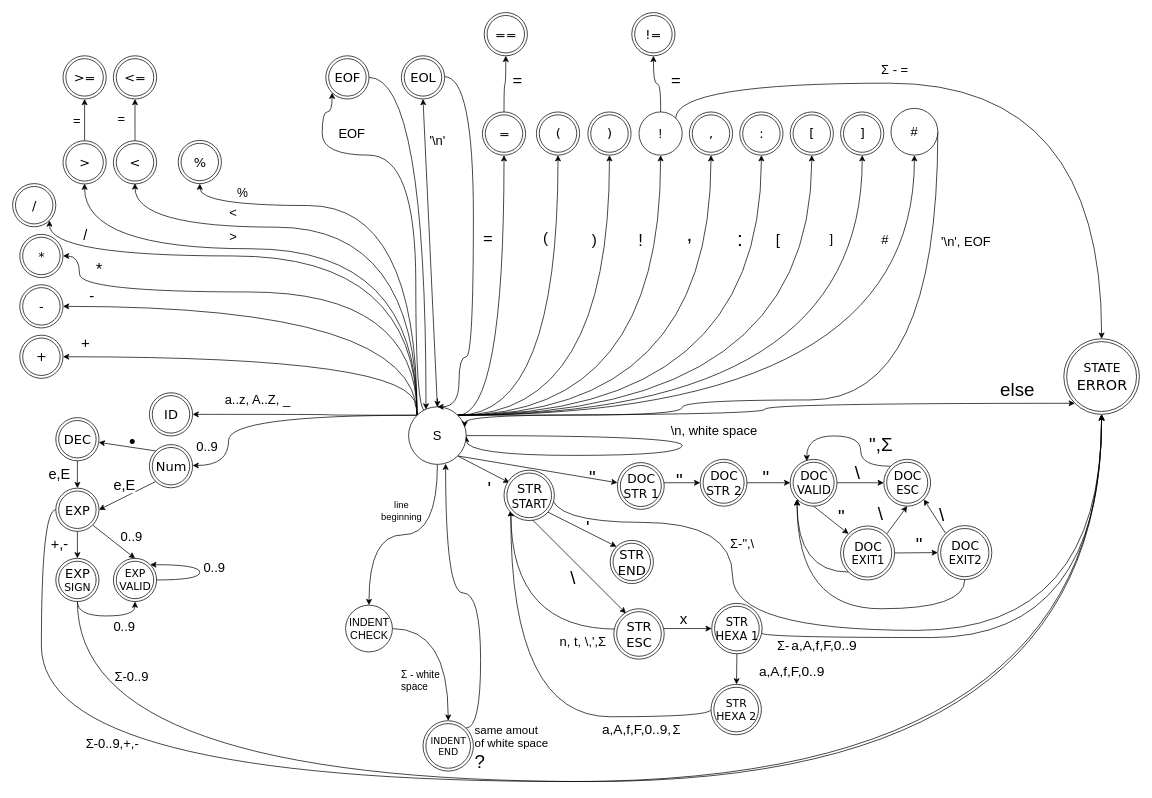
Before: fsm.drawio in otcen4s/IFJ-project2019, a draw.io diagram. Source tidied: cells renumbered, new cells numbered last; positions are measured from the earlier drawing's top-left corner, leaving out a move shared by most shapes. Both pictures are drawn from the tidied source at 72%, with x=0, y=0 at pixel (12, 12).
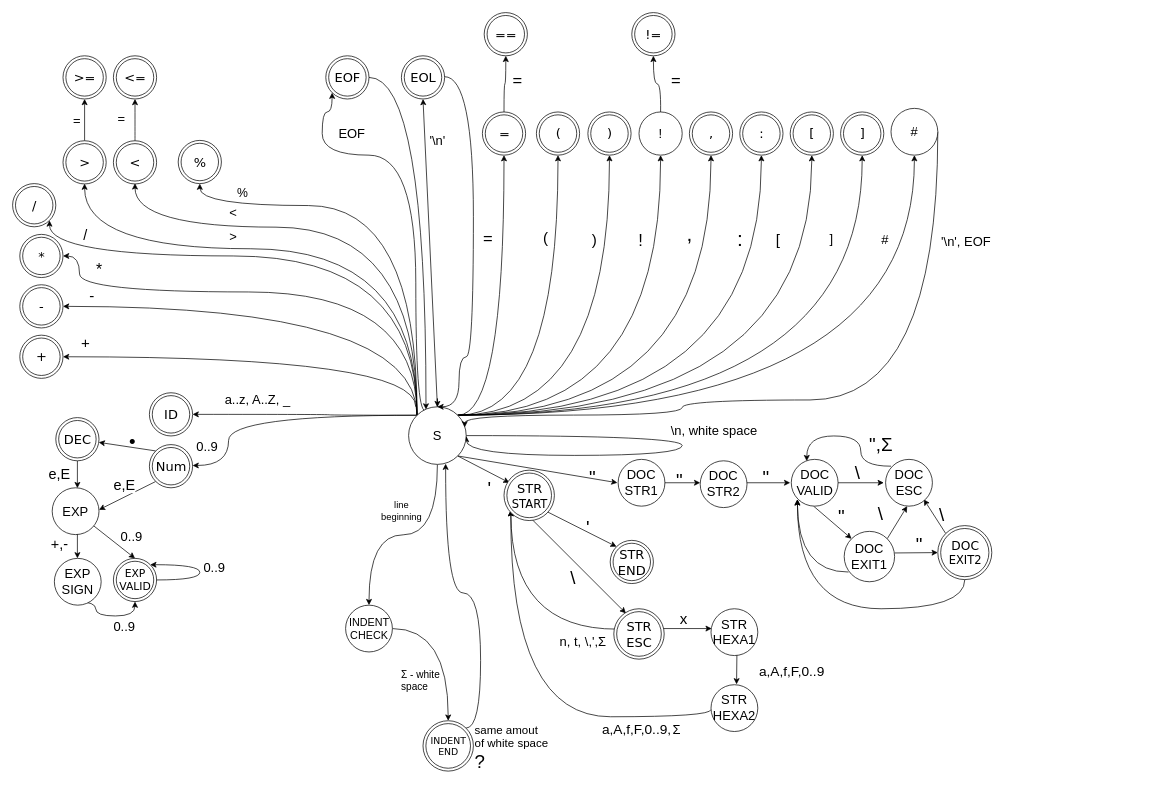
The same page after the edit.

Commit message:
Oprava konečných uzlov

Unchanged cells that the change refers to:
```xml
<mxCell id="38" value="&lt;font style=&quot;font-size: 18px;&quot;&gt;S&lt;/font&gt;" style="ellipse;whiteSpace=wrap;html=1;fontSize=18;" parent="1" vertex="1">
  <mxGeometry x="550" y="547.5" width="80" height="80" as="geometry" />
</mxCell>
<mxCell id="95" value="Num" style="ellipse;shape=doubleEllipse;html=1;dashed=0;whitespace=wrap;fontFamily=Verdana;fontSize=18;" parent="1" vertex="1">
  <mxGeometry x="190" y="600" width="60" height="60" as="geometry" />
</mxCell>
<mxCell id="134" value="&lt;div style=&quot;font-size: 17px&quot;&gt;DOC&lt;/div&gt;&lt;div style=&quot;font-size: 16px&quot;&gt;EXIT2&lt;/div&gt;" style="ellipse;shape=doubleEllipse;html=1;dashed=0;whitespace=wrap;fontFamily=Verdana;fontSize=17;" parent="1" vertex="1">
  <mxGeometry x="1285" y="712.5" width="75" height="75" as="geometry" />
</mxCell>
<mxCell id="140" value="DEC" style="ellipse;shape=doubleEllipse;html=1;dashed=0;whitespace=wrap;fontFamily=Verdana;fontSize=18;" parent="1" vertex="1">
  <mxGeometry x="60" y="562.5" width="60" height="60" as="geometry" />
</mxCell>
<mxCell id="152" value="&lt;div style=&quot;font-size: 15px;&quot;&gt;EXP&lt;/div&gt;&lt;div style=&quot;font-size: 15px;&quot;&gt;VALID&lt;br style=&quot;font-size: 15px;&quot;&gt;&lt;/div&gt;" style="ellipse;shape=doubleEllipse;html=1;dashed=0;whitespace=wrap;fontFamily=Verdana;fontSize=15;" parent="1" vertex="1">
  <mxGeometry x="140" y="758" width="60" height="60" as="geometry" />
</mxCell>
```

The edit, as a diff of the source:
```diff
@@
-    <mxCell id="37" style="edgeStyle=orthogonalEdgeStyle;curved=1;rounded=0;jettySize=auto;html=1;exitX=1;exitY=0;exitDx=0;exitDy=0;entryX=0;entryY=1;entryDx=0;entryDy=0;fontSize=13;" parent="1" edge="1" source="38" target="136">
-      <mxGeometry relative="1" as="geometry" />
-    </mxCell>
@@
-    <mxCell id="54" style="edgeStyle=orthogonalEdgeStyle;curved=1;rounded=0;jettySize=auto;html=1;exitX=1;exitY=0;exitDx=0;exitDy=0;fontSize=14;" parent="1" edge="1" target="136">
-      <mxGeometry relative="1" as="geometry">
-        <mxPoint x="921" y="147" as="sourcePoint" />
-        <Array as="points">
-          <mxPoint x="921" y="98" />
-          <mxPoint x="1513" y="98" />
-        </Array>
-      </mxGeometry>
-    </mxCell>
@@
-    <mxCell id="75" style="edgeStyle=orthogonalEdgeStyle;curved=1;rounded=0;jettySize=auto;html=1;exitX=1;exitY=0.5;exitDx=0;exitDy=0;entryX=0.5;entryY=1;entryDx=0;entryDy=0;fontSize=18;" parent="1" edge="1" target="136">
-      <mxGeometry relative="1" as="geometry">
-        <mxPoint x="748" y="668" as="sourcePoint" />
-        <Array as="points">
-          <mxPoint x="748" y="708" />
-          <mxPoint x="1000" y="708" />
-          <mxPoint x="1000" y="858" />
-          <mxPoint x="1513" y="858" />
-        </Array>
-      </mxGeometry>
-    </mxCell>
@@
-    <mxCell id="91" style="rounded=0;jettySize=auto;html=1;exitX=1;exitY=0.5;exitDx=0;exitDy=0;entryX=0;entryY=0.5;entryDx=0;entryDy=0;fontSize=15;" parent="1" edge="1" target="117">
+    <mxCell id="91" style="rounded=0;orthogonalLoop=1;jettySize=auto;html=1;exitX=1;exitY=0.5;exitDx=0;exitDy=0;entryX=0;entryY=0.5;entryDx=0;entryDy=0;fontSize=15;" parent="1" edge="1">
       <mxGeometry relative="1" as="geometry">
         <mxPoint x="904.7" y="653" as="sourcePoint" />
+        <mxPoint x="955" y="653" as="targetPoint" />
       </mxGeometry>
     </mxCell>
@@
-    <mxCell id="94" style="rounded=0;jettySize=auto;html=1;exitX=0;exitY=1;exitDx=0;exitDy=0;entryX=1;entryY=0.5;entryDx=0;entryDy=0;fontSize=17;" parent="1" edge="1" source="95" target="144">
-      <mxGeometry relative="1" as="geometry" />
+    <mxCell id="94" style="rounded=0;jettySize=auto;html=1;exitX=0;exitY=1;exitDx=0;exitDy=0;entryX=1;entryY=0.5;entryDx=0;entryDy=0;fontSize=17;" parent="1" edge="1" source="95">
+      <mxGeometry relative="1" as="geometry">
+        <mxPoint x="120" y="690.5" as="targetPoint" />
+      </mxGeometry>
     </mxCell>
@@
-    <mxCell id="101" style="rounded=0;jettySize=auto;html=1;exitX=1;exitY=0.5;exitDx=0;exitDy=0;entryX=0;entryY=0.5;entryDx=0;entryDy=0;" parent="1" edge="1" target="108">
+    <mxCell id="101" style="rounded=0;orthogonalLoop=1;jettySize=auto;html=1;exitX=1;exitY=0.5;exitDx=0;exitDy=0;entryX=0;entryY=0.5;entryDx=0;entryDy=0;" parent="1" edge="1">
       <mxGeometry relative="1" as="geometry">
         <mxPoint x="900" y="855.5" as="sourcePoint" />
+        <mxPoint x="971" y="855.5" as="targetPoint" />
       </mxGeometry>
     </mxCell>
@@
-    <mxCell id="106" style="edgeStyle=none;rounded=0;jettySize=auto;html=1;exitX=0.5;exitY=1;exitDx=0;exitDy=0;" parent="1" edge="1" source="108" target="111">
-      <mxGeometry relative="1" as="geometry" />
+    <mxCell id="106" style="edgeStyle=none;rounded=0;orthogonalLoop=1;jettySize=auto;html=1;exitX=0.5;exitY=1;exitDx=0;exitDy=0;" parent="1" edge="1">
+      <mxGeometry relative="1" as="geometry">
+        <mxPoint x="1006" y="890.5" as="sourcePoint" />
+        <mxPoint x="1005.5" y="933" as="targetPoint" />
+      </mxGeometry>
     </mxCell>
-    <mxCell id="107" style="edgeStyle=orthogonalEdgeStyle;curved=1;rounded=0;jettySize=auto;html=1;exitX=1;exitY=0.5;exitDx=0;exitDy=0;entryX=0.5;entryY=1;entryDx=0;entryDy=0;fontSize=16;" parent="1" edge="1" source="108" target="136">
-      <mxGeometry relative="1" as="geometry">
-        <Array as="points">
-          <mxPoint x="1040" y="868" />
-          <mxPoint x="1513" y="868" />
-        </Array>
-      </mxGeometry>
-    </mxCell>
-    <mxCell id="108" value="&lt;div style=&quot;font-size: 16px;&quot;&gt;STR&lt;/div&gt;&lt;div style=&quot;font-size: 16px;&quot;&gt; HEXA 1&lt;br style=&quot;font-size: 16px;&quot;&gt;&lt;/div&gt;" style="ellipse;shape=doubleEllipse;html=1;dashed=0;whitespace=wrap;fontFamily=Verdana;fontSize=16;fontStyle=0;" parent="1" vertex="1">
-      <mxGeometry x="971" y="820.5" width="70" height="70" as="geometry" />
-    </mxCell>
@@
-    <mxCell id="110" style="edgeStyle=orthogonalEdgeStyle;rounded=0;jettySize=auto;html=1;exitX=0;exitY=0.5;exitDx=0;exitDy=0;entryX=0;entryY=1;entryDx=0;entryDy=0;fontSize=19;curved=1;" parent="1" edge="1" source="111">
+    <mxCell id="110" style="edgeStyle=orthogonalEdgeStyle;rounded=0;orthogonalLoop=1;jettySize=auto;html=1;exitX=0;exitY=0.5;exitDx=0;exitDy=0;entryX=0;entryY=1;entryDx=0;entryDy=0;fontSize=19;curved=1;" parent="1" edge="1">
       <mxGeometry relative="1" as="geometry">
+        <mxPoint x="970" y="968" as="sourcePoint" />
         <mxPoint x="692" y="691" as="targetPoint" />
         <Array as="points">
           <mxPoint x="970" y="978" />
           <mxPoint x="691" y="978" />
         </Array>
       </mxGeometry>
     </mxCell>
-    <mxCell id="111" value="&lt;div style=&quot;font-size: 15px&quot;&gt;STR&lt;/div&gt;&lt;div style=&quot;font-size: 15px&quot;&gt; HEXA 2&lt;br&gt;&lt;/div&gt;" style="ellipse;shape=doubleEllipse;html=1;dashed=0;whitespace=wrap;fontFamily=Verdana;fontSize=18;" parent="1" vertex="1">
-      <mxGeometry x="970" y="933" width="70" height="70" as="geometry" />
-    </mxCell>
@@
-    <mxCell id="115" value="&lt;div style=&quot;font-size: 17px;&quot;&gt;DOC&lt;/div&gt;&lt;div style=&quot;font-size: 17px;&quot;&gt;STR 1&lt;br style=&quot;font-size: 17px;&quot;&gt;&lt;/div&gt;" style="ellipse;shape=doubleEllipse;html=1;dashed=0;whitespace=wrap;fontFamily=Verdana;fontSize=17;" parent="1" vertex="1">
-      <mxGeometry x="840" y="625" width="65" height="65" as="geometry" />
-    </mxCell>
-    <mxCell id="116" style="edgeStyle=none;rounded=0;jettySize=auto;html=1;exitX=1;exitY=0.5;exitDx=0;exitDy=0;entryX=0;entryY=0.5;entryDx=0;entryDy=0;fontSize=17;" parent="1" edge="1" source="117" target="119">
-      <mxGeometry relative="1" as="geometry" />
+    <mxCell id="116" style="edgeStyle=none;rounded=0;orthogonalLoop=1;jettySize=auto;html=1;exitX=1;exitY=0.5;exitDx=0;exitDy=0;entryX=0;entryY=0.5;entryDx=0;entryDy=0;fontSize=17;" parent="1" edge="1">
+      <mxGeometry relative="1" as="geometry">
+        <mxPoint x="1020" y="653" as="sourcePoint" />
+        <mxPoint x="1080" y="653" as="targetPoint" />
+      </mxGeometry>
     </mxCell>
-    <mxCell id="117" value="&lt;div style=&quot;font-size: 17px&quot;&gt;DOC&lt;/div&gt;&lt;div style=&quot;font-size: 17px&quot;&gt;STR 2&lt;br&gt;&lt;/div&gt;" style="ellipse;shape=doubleEllipse;html=1;dashed=0;whitespace=wrap;fontFamily=Verdana;fontSize=17;" parent="1" vertex="1">
-      <mxGeometry x="955" y="620.5" width="65" height="65" as="geometry" />
-    </mxCell>
-    <mxCell id="118" style="rounded=0;jettySize=auto;html=1;exitX=1;exitY=0.5;exitDx=0;exitDy=0;fontSize=17;" parent="1" edge="1" source="119" target="122">
-      <mxGeometry relative="1" as="geometry" />
+    <mxCell id="118" style="rounded=0;orthogonalLoop=1;jettySize=auto;html=1;exitX=1;exitY=0.5;exitDx=0;exitDy=0;fontSize=17;" parent="1" edge="1">
+      <mxGeometry relative="1" as="geometry">
+        <mxPoint x="1145" y="653" as="sourcePoint" />
+        <mxPoint x="1210" y="653" as="targetPoint" />
+      </mxGeometry>
     </mxCell>
-    <mxCell id="119" value="&lt;div style=&quot;font-size: 17px&quot;&gt;DOC&lt;/div&gt;&lt;div style=&quot;font-size: 16px&quot;&gt;VALID&lt;br&gt;&lt;/div&gt;" style="ellipse;shape=doubleEllipse;html=1;dashed=0;whitespace=wrap;fontFamily=Verdana;fontSize=17;" parent="1" vertex="1">
-      <mxGeometry x="1080" y="620.5" width="65" height="65" as="geometry" />
-    </mxCell>
@@
-    <mxCell id="121" style="rounded=0;jettySize=auto;html=1;exitX=0;exitY=0;exitDx=0;exitDy=0;entryX=0.354;entryY=0.038;entryDx=0;entryDy=0;entryPerimeter=0;fontSize=17;edgeStyle=orthogonalEdgeStyle;curved=1;" parent="1" edge="1" source="122" target="119">
+    <mxCell id="121" style="rounded=0;orthogonalLoop=1;jettySize=auto;html=1;exitX=0;exitY=0;exitDx=0;exitDy=0;entryX=0.354;entryY=0.038;entryDx=0;entryDy=0;entryPerimeter=0;fontSize=17;edgeStyle=orthogonalEdgeStyle;curved=1;" parent="1" edge="1">
       <mxGeometry relative="1" as="geometry">
+        <mxPoint x="1220" y="630" as="sourcePoint" />
+        <mxPoint x="1103" y="623" as="targetPoint" />
         <Array as="points">
           <mxPoint x="1178" y="630" />
           <mxPoint x="1178" y="588" />
           <mxPoint x="1103" y="588" />
         </Array>
       </mxGeometry>
     </mxCell>
-    <mxCell id="122" value="&lt;div style=&quot;font-size: 17px&quot;&gt;DOC&lt;/div&gt;&lt;div style=&quot;font-size: 16px&quot;&gt;ESC&lt;br&gt;&lt;/div&gt;" style="ellipse;shape=doubleEllipse;html=1;dashed=0;whitespace=wrap;fontFamily=Verdana;fontSize=17;" parent="1" vertex="1">
-      <mxGeometry x="1210" y="620.5" width="65" height="65" as="geometry" />
-    </mxCell>
@@
-    <mxCell id="124" style="edgeStyle=none;rounded=0;jettySize=auto;html=1;exitX=1;exitY=0;exitDx=0;exitDy=0;entryX=0.5;entryY=1;entryDx=0;entryDy=0;fontSize=17;" parent="1" edge="1" source="127" target="122">
-      <mxGeometry relative="1" as="geometry" />
+    <mxCell id="124" style="edgeStyle=none;rounded=0;jettySize=auto;html=1;exitX=1;exitY=0;exitDx=0;exitDy=0;entryX=0.5;entryY=1;entryDx=0;entryDy=0;fontSize=17;" parent="1" edge="1" source="127">
+      <mxGeometry relative="1" as="geometry">
+        <mxPoint x="1242.5" y="685.5" as="targetPoint" />
+      </mxGeometry>
     </mxCell>
-    <mxCell id="125" style="edgeStyle=none;rounded=0;jettySize=auto;html=1;exitX=1;exitY=0.5;exitDx=0;exitDy=0;fontSize=17;" parent="1" edge="1" source="127" target="134">
-      <mxGeometry relative="1" as="geometry" />
+    <mxCell id="125" style="edgeStyle=none;rounded=0;jettySize=auto;html=1;exitX=1;exitY=0.5;exitDx=0;exitDy=0;fontSize=17;" parent="1" edge="1" target="134">
+      <mxGeometry relative="1" as="geometry">
+        <mxPoint x="1225" y="750.5" as="sourcePoint" />
+      </mxGeometry>
     </mxCell>
-    <mxCell id="126" style="edgeStyle=orthogonalEdgeStyle;rounded=0;jettySize=auto;html=1;exitX=0;exitY=1;exitDx=0;exitDy=0;entryX=0;entryY=1;entryDx=0;entryDy=0;fontSize=17;curved=1;" parent="1" edge="1" source="127" target="119">
-      <mxGeometry relative="1" as="geometry" />
+    <mxCell id="126" style="edgeStyle=orthogonalEdgeStyle;rounded=0;orthogonalLoop=1;jettySize=auto;html=1;exitX=0;exitY=1;exitDx=0;exitDy=0;entryX=0;entryY=1;entryDx=0;entryDy=0;fontSize=17;curved=1;" parent="1" edge="1">
+      <mxGeometry relative="1" as="geometry">
+        <mxPoint x="1161" y="777" as="sourcePoint" />
+        <mxPoint x="1090" y="676" as="targetPoint" />
+      </mxGeometry>
     </mxCell>
-    <mxCell id="127" value="&lt;div style=&quot;font-size: 17px&quot;&gt;DOC&lt;/div&gt;&lt;div style=&quot;font-size: 16px&quot;&gt;EXIT1&lt;br&gt;&lt;/div&gt;" style="ellipse;shape=doubleEllipse;html=1;dashed=0;whitespace=wrap;fontFamily=Verdana;fontSize=17;" parent="1" vertex="1">
-      <mxGeometry x="1150" y="713" width="75" height="75" as="geometry" />
-    </mxCell>
@@
-    <mxCell id="130" style="edgeStyle=none;rounded=0;jettySize=auto;html=1;exitX=0.5;exitY=1;exitDx=0;exitDy=0;fontSize=17;entryX=0;entryY=0;entryDx=0;entryDy=0;" parent="1" edge="1" source="119" target="127">
-      <mxGeometry relative="1" as="geometry" />
+    <mxCell id="130" style="edgeStyle=none;rounded=0;jettySize=auto;html=1;exitX=0.5;exitY=1;exitDx=0;exitDy=0;fontSize=17;entryX=0;entryY=0;entryDx=0;entryDy=0;" parent="1" edge="1" target="127">
+      <mxGeometry relative="1" as="geometry">
+        <mxPoint x="1112.5" y="685.5" as="sourcePoint" />
+      </mxGeometry>
     </mxCell>
@@
-    <mxCell id="132" style="rounded=0;jettySize=auto;html=1;exitX=0;exitY=0;exitDx=0;exitDy=0;entryX=1;entryY=1;entryDx=0;entryDy=0;fontSize=17;" parent="1" edge="1" source="134" target="122">
-      <mxGeometry relative="1" as="geometry" />
+    <mxCell id="132" style="rounded=0;jettySize=auto;html=1;exitX=0;exitY=0;exitDx=0;exitDy=0;entryX=1;entryY=1;entryDx=0;entryDy=0;fontSize=17;" parent="1" edge="1" source="134">
+      <mxGeometry relative="1" as="geometry">
+        <mxPoint x="1265.5" y="676" as="targetPoint" />
+      </mxGeometry>
     </mxCell>
-    <mxCell id="133" style="edgeStyle=orthogonalEdgeStyle;rounded=0;jettySize=auto;html=1;exitX=0.5;exitY=1;exitDx=0;exitDy=0;entryX=0;entryY=1;entryDx=0;entryDy=0;fontSize=17;curved=1;" parent="1" edge="1" source="134" target="119">
+    <mxCell id="133" style="edgeStyle=orthogonalEdgeStyle;rounded=0;jettySize=auto;html=1;exitX=0.5;exitY=1;exitDx=0;exitDy=0;entryX=0;entryY=1;entryDx=0;entryDy=0;fontSize=17;curved=1;" parent="1" edge="1" source="134">
       <mxGeometry relative="1" as="geometry">
+        <mxPoint x="1090" y="676" as="targetPoint" />
         <Array as="points">
           <mxPoint x="1323" y="828" />
           <mxPoint x="1090" y="828" />
         </Array>
       </mxGeometry>
     </mxCell>
@@
-    <mxCell id="136" value="&lt;div&gt;STATE&lt;/div&gt;&lt;div style=&quot;font-size: 20px&quot;&gt; ERROR&lt;/div&gt;" style="ellipse;shape=doubleEllipse;html=1;dashed=0;whitespace=wrap;fontFamily=Verdana;fontSize=17;" parent="1" vertex="1">
-      <mxGeometry x="1460" y="453" width="105" height="105" as="geometry" />
-    </mxCell>
@@
-    <mxCell id="139" style="edgeStyle=none;rounded=0;jettySize=auto;html=1;exitX=0.5;exitY=1;exitDx=0;exitDy=0;entryX=0.5;entryY=0;entryDx=0;entryDy=0;fontSize=20;" parent="1" edge="1" source="140" target="144">
-      <mxGeometry relative="1" as="geometry" />
+    <mxCell id="139" style="edgeStyle=none;rounded=0;jettySize=auto;html=1;exitX=0.5;exitY=1;exitDx=0;exitDy=0;entryX=0.5;entryY=0;entryDx=0;entryDy=0;fontSize=20;" parent="1" edge="1" source="140">
+      <mxGeometry relative="1" as="geometry">
+        <mxPoint x="90" y="660.5" as="targetPoint" />
+      </mxGeometry>
     </mxCell>
@@
-    <mxCell id="141" style="edgeStyle=none;rounded=0;jettySize=auto;html=1;exitX=0.5;exitY=1;exitDx=0;exitDy=0;entryX=0.5;entryY=0;entryDx=0;entryDy=0;fontSize=20;" parent="1" edge="1" source="144" target="150">
-      <mxGeometry relative="1" as="geometry" />
+    <mxCell id="141" style="edgeStyle=none;rounded=0;orthogonalLoop=1;jettySize=auto;html=1;exitX=0.5;exitY=1;exitDx=0;exitDy=0;entryX=0.5;entryY=0;entryDx=0;entryDy=0;fontSize=20;" parent="1" edge="1">
+      <mxGeometry relative="1" as="geometry">
+        <mxPoint x="90" y="720.5" as="sourcePoint" />
+        <mxPoint x="90" y="758" as="targetPoint" />
+      </mxGeometry>
     </mxCell>
-    <mxCell id="142" style="edgeStyle=none;rounded=0;jettySize=auto;html=1;exitX=1;exitY=1;exitDx=0;exitDy=0;entryX=0.5;entryY=0;entryDx=0;entryDy=0;fontSize=15;" parent="1" edge="1" source="144" target="152">
-      <mxGeometry relative="1" as="geometry" />
+    <mxCell id="142" style="edgeStyle=none;rounded=0;jettySize=auto;html=1;exitX=1;exitY=1;exitDx=0;exitDy=0;entryX=0.5;entryY=0;entryDx=0;entryDy=0;fontSize=15;" parent="1" edge="1" target="152">
+      <mxGeometry relative="1" as="geometry">
+        <mxPoint x="111.2" y="711.7" as="sourcePoint" />
+      </mxGeometry>
     </mxCell>
-    <mxCell id="143" style="edgeStyle=orthogonalEdgeStyle;curved=1;rounded=0;jettySize=auto;html=1;exitX=0;exitY=0.5;exitDx=0;exitDy=0;entryX=0.5;entryY=1;entryDx=0;entryDy=0;fontSize=18;" parent="1" edge="1" source="144" target="136">
-      <mxGeometry relative="1" as="geometry">
-        <Array as="points">
-          <mxPoint x="40" y="691" />
-          <mxPoint x="40" y="1068" />
-          <mxPoint x="1513" y="1068" />
-        </Array>
-      </mxGeometry>
-    </mxCell>
-    <mxCell id="144" value="EXP" style="ellipse;shape=doubleEllipse;html=1;dashed=0;whitespace=wrap;fontFamily=Verdana;fontSize=18;" parent="1" vertex="1">
-      <mxGeometry x="60" y="660.5" width="60" height="60" as="geometry" />
-    </mxCell>
@@
-    <mxCell id="148" style="edgeStyle=orthogonalEdgeStyle;rounded=0;jettySize=auto;html=1;exitX=0.5;exitY=1;exitDx=0;exitDy=0;entryX=0.5;entryY=1;entryDx=0;entryDy=0;fontSize=15;curved=1;" parent="1" edge="1" source="150" target="152">
-      <mxGeometry relative="1" as="geometry" />
+    <mxCell id="148" style="edgeStyle=orthogonalEdgeStyle;rounded=0;jettySize=auto;html=1;exitX=0.5;exitY=1;exitDx=0;exitDy=0;entryX=0.5;entryY=1;entryDx=0;entryDy=0;fontSize=15;curved=1;" parent="1" edge="1" target="152">
+      <mxGeometry relative="1" as="geometry">
+        <mxPoint x="90" y="818" as="sourcePoint" />
+      </mxGeometry>
     </mxCell>
-    <mxCell id="149" style="edgeStyle=orthogonalEdgeStyle;curved=1;rounded=0;jettySize=auto;html=1;fontSize=18;" parent="1" edge="1" source="150" target="136">
-      <mxGeometry relative="1" as="geometry">
-        <Array as="points">
-          <mxPoint x="90" y="1068" />
-          <mxPoint x="1513" y="1068" />
-        </Array>
-      </mxGeometry>
-    </mxCell>
-    <mxCell id="150" value="&lt;div&gt;EXP&lt;/div&gt;&lt;div style=&quot;font-size: 15px&quot;&gt;SIGN&lt;br&gt;&lt;/div&gt;" style="ellipse;shape=doubleEllipse;html=1;dashed=0;whitespace=wrap;fontFamily=Verdana;fontSize=18;" parent="1" vertex="1">
-      <mxGeometry x="60" y="758" width="60" height="60" as="geometry" />
-    </mxCell>
@@
-    <mxCell id="157" value="else" style="text;html=1;align=left;verticalAlign=top;spacingTop=-4;fontSize=26;" parent="1" vertex="1">
-      <mxGeometry x="1370" y="505.5" width="60" height="30" as="geometry" />
-    </mxCell>
@@
-    <mxCell id="160" value="&lt;span class=&quot;st&quot;&gt;Σ&lt;/span&gt;&lt;span class=&quot;st&quot; style=&quot;font-size: 18px&quot;&gt; - =&lt;br style=&quot;font-size: 18px&quot;&gt;&lt;/span&gt;" style="text;html=1;align=center;verticalAlign=middle;fontSize=18;" parent="1" vertex="1">
-      <mxGeometry x="1200" y="65" width="50" height="30" as="geometry" />
-    </mxCell>
@@
-    <mxCell id="162" value="Σ-" style="text;html=1;fontSize=18;" parent="1" vertex="1">
-      <mxGeometry x="1060" y="862.5" width="40" height="30" as="geometry" />
-    </mxCell>
-    <mxCell id="163" value="a,A,f,F,0..9" style="text;html=1;align=left;verticalAlign=top;spacingTop=-4;fontSize=19;" parent="1" vertex="1">
-      <mxGeometry x="1080" y="866" width="110" height="20" as="geometry" />
-    </mxCell>
@@
-    <mxCell id="165" value="Σ-&quot;,\" style="text;html=1;fontSize=18;" parent="1" vertex="1">
-      <mxGeometry x="995" y="720.5" width="40" height="40" as="geometry" />
-    </mxCell>
-    <mxCell id="166" value="Σ-0..9,+,-" style="text;html=1;fontSize=18;" parent="1" vertex="1">
-      <mxGeometry x="100" y="998.5" width="40" height="40" as="geometry" />
-    </mxCell>
-    <mxCell id="167" value="Σ-0..9" style="text;html=1;fontSize=18;" parent="1" vertex="1">
-      <mxGeometry x="140" y="905.5" width="40" height="40" as="geometry" />
-    </mxCell>
@@
+    <mxCell id="150" value="&lt;div&gt;EXP&lt;/div&gt;&lt;div&gt;SIGN&lt;br&gt;&lt;/div&gt;" style="ellipse;whiteSpace=wrap;html=1;fontSize=18;" parent="1" vertex="1">
+      <mxGeometry x="58" y="758" width="65" height="65" as="geometry" />
+    </mxCell>
+    <mxCell id="144" value="EXP" style="ellipse;whiteSpace=wrap;html=1;fontSize=18;" parent="1" vertex="1">
+      <mxGeometry x="55" y="660" width="65" height="65" as="geometry" />
+    </mxCell>
+    <mxCell id="122" value="&lt;div&gt;DOC&lt;/div&gt;&lt;div&gt;ESC&lt;br&gt;&lt;/div&gt;" style="ellipse;whiteSpace=wrap;html=1;fontSize=18;" parent="1" vertex="1">
+      <mxGeometry x="1212.5" y="620.5" width="65" height="65" as="geometry" />
+    </mxCell>
+    <mxCell id="127" value="&lt;div&gt;DOC&lt;/div&gt;&lt;div&gt;EXIT1&lt;br&gt;&lt;/div&gt;" style="ellipse;whiteSpace=wrap;html=1;fontSize=18;" parent="1" vertex="1">
+      <mxGeometry x="1155" y="720.5" width="70" height="70" as="geometry" />
+    </mxCell>
+    <mxCell id="119" value="&lt;div&gt;DOC&lt;/div&gt;&lt;div&gt;VALID&lt;br&gt;&lt;/div&gt;" style="ellipse;whiteSpace=wrap;html=1;fontSize=18;" parent="1" vertex="1">
+      <mxGeometry x="1081.5" y="620.5" width="65" height="65" as="geometry" />
+    </mxCell>
+    <mxCell id="169" value="&lt;div&gt;DOC&lt;/div&gt;&lt;div&gt;STR2&lt;br&gt;&lt;/div&gt;" style="ellipse;whiteSpace=wrap;html=1;fontSize=18;" parent="1" vertex="1">
+      <mxGeometry x="955" y="622.5" width="65" height="65" as="geometry" />
+    </mxCell>
+    <mxCell id="170" value="&lt;div&gt;DOC&lt;/div&gt;&lt;div&gt;STR1&lt;br&gt;&lt;/div&gt;" style="ellipse;whiteSpace=wrap;html=1;fontSize=18;" parent="1" vertex="1">
+      <mxGeometry x="841" y="620.5" width="65" height="65" as="geometry" />
+    </mxCell>
+    <mxCell id="171" value="&lt;div&gt;STR&lt;/div&gt;&lt;div&gt;HEXA2&lt;br&gt;&lt;/div&gt;" style="ellipse;whiteSpace=wrap;html=1;fontSize=18;" parent="1" vertex="1">
+      <mxGeometry x="970" y="933.5" width="65" height="65" as="geometry" />
+    </mxCell>
+    <mxCell id="172" value="&lt;div&gt;STR&lt;/div&gt;&lt;div&gt;HEXA1&lt;br&gt;&lt;/div&gt;" style="ellipse;whiteSpace=wrap;html=1;fontSize=18;" parent="1" vertex="1">
+      <mxGeometry x="970" y="828" width="65" height="65" as="geometry" />
+    </mxCell>
```
